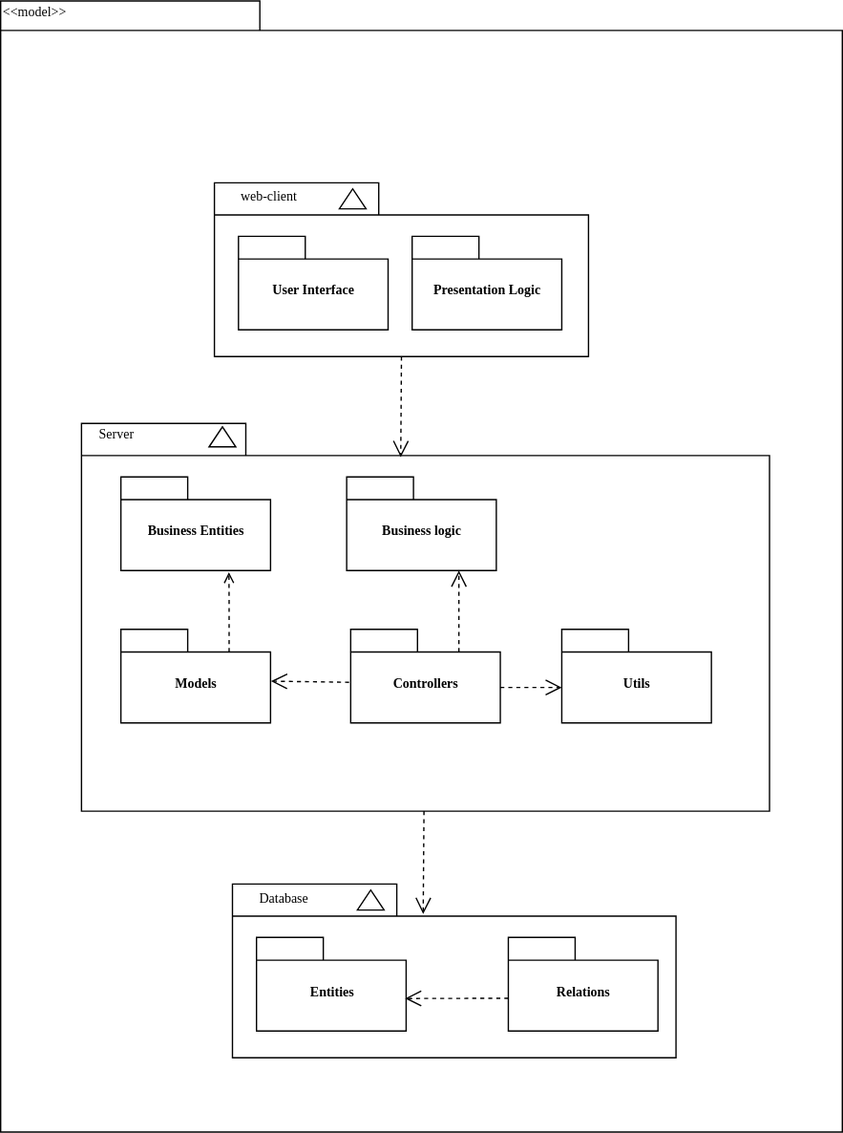
Before: assets/images/diagramaDePacotes.svg, a diagram exported from draw.io (UnBArqDsw2021-1/2021.1_G7_Mychine_docs). Source tidied: cells renumbered, new cells last; positions are measured from the earlier drawing's top-left corner, leaving out a move shared by most shapes.
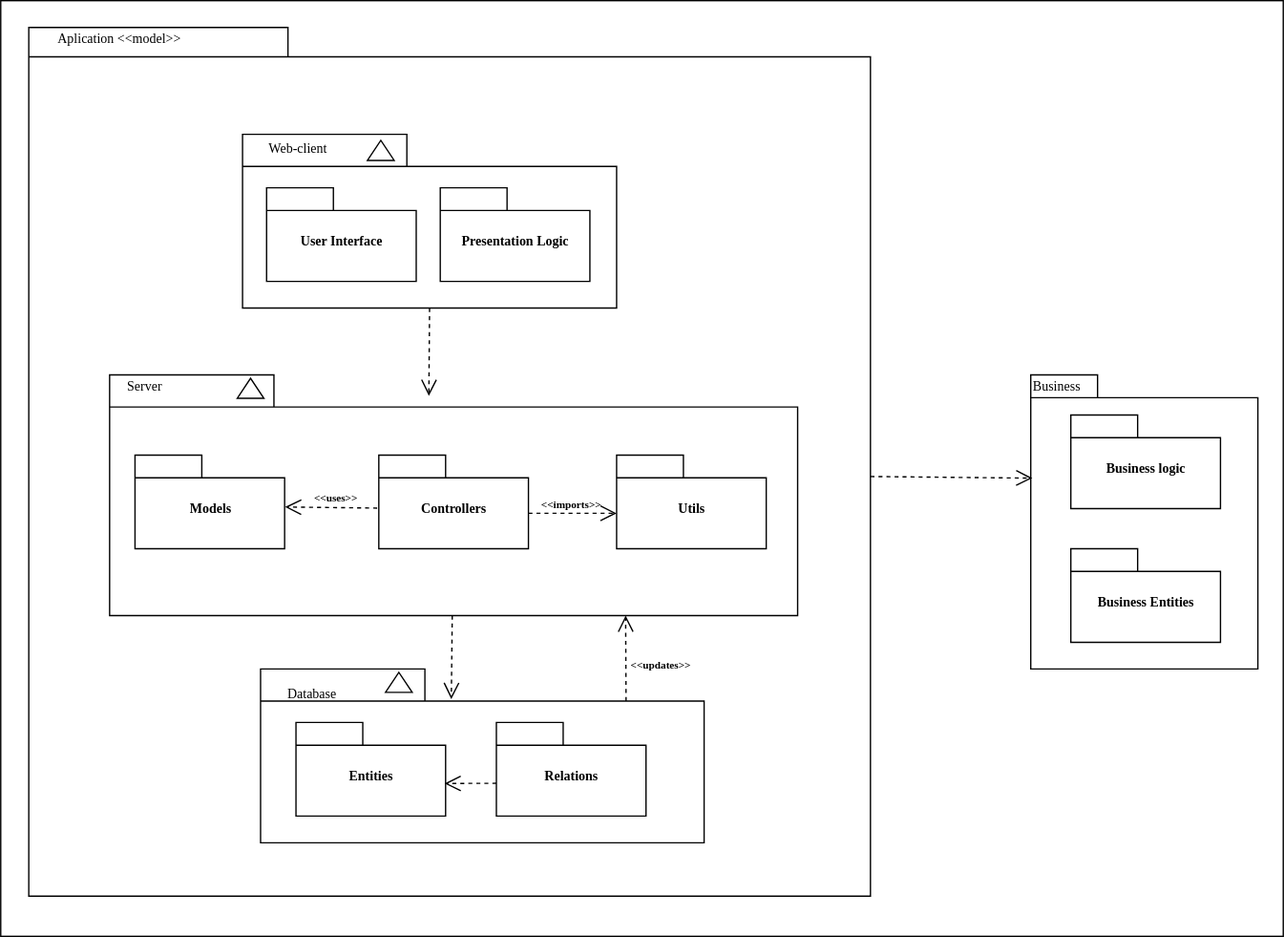
The same file after the commit.

Commit message:
Atualiza diagrama de pacotes.

The edit, as a diff of the source:
```diff
@@ -2,11 +2,14 @@
   <root>
     <mxCell id="0" />
     <mxCell id="1" parent="0" />
+    <mxCell id="30" style="whiteSpace=wrap;html=1;fontSize=8;" parent="1" vertex="1">
+      <mxGeometry x="-80" y="1056" width="960" height="700" as="geometry" />
+    </mxCell>
     <mxCell id="2" style="shape=folder;fontStyle=1;spacingTop=10;tabWidth=194;tabHeight=22;tabPosition=left;html=1;rounded=0;shadow=0;comic=0;labelBackgroundColor=none;strokeWidth=1;fillColor=none;fontFamily=Verdana;fontSize=10;align=center;" parent="1" vertex="1">
-      <mxGeometry width="630" height="846" as="geometry" />
+      <mxGeometry x="-59" y="1076" width="630" height="650" as="geometry" />
     </mxCell>
     <mxCell id="3" style="group;" parent="1" vertex="1">
-      <mxGeometry x="160" y="136" width="280" height="130" as="geometry" />
+      <mxGeometry x="101" y="1156" width="280" height="130" as="geometry" />
     </mxCell>
     <mxCell id="4" style="shape=folder;fontStyle=1;spacingTop=10;tabWidth=123;tabHeight=24;tabPosition=left;html=1;rounded=0;shadow=0;comic=0;labelBackgroundColor=none;strokeWidth=1;fontFamily=Verdana;fontSize=10;align=center;" parent="3" vertex="1">
       <mxGeometry width="280" height="130" as="geometry" />
@@ -20,56 +23,53 @@
     <mxCell id="7" value="Presentation Logic" style="shape=folder;fontStyle=1;spacingTop=10;tabWidth=50;tabHeight=17;tabPosition=left;html=1;rounded=0;shadow=0;comic=0;labelBackgroundColor=none;strokeWidth=1;fontFamily=Verdana;fontSize=10;align=center;" parent="3" vertex="1">
       <mxGeometry x="148" y="40" width="112" height="70" as="geometry" />
     </mxCell>
-    <mxCell id="8" value="web-client" style="text;html=1;align=left;verticalAlign=top;spacingTop=-4;fontSize=10;fontFamily=Verdana;" parent="3" vertex="1">
+    <mxCell id="8" value="Web-client" style="text;html=1;align=left;verticalAlign=top;spacingTop=-4;fontSize=10;fontFamily=Verdana;" parent="3" vertex="1">
       <mxGeometry x="18" y="2" width="50" height="20" as="geometry" />
     </mxCell>
     <mxCell id="9" style="edgeStyle=none;rounded=0;html=1;entryX=0.43;entryY=0.173;entryPerimeter=0;dashed=1;labelBackgroundColor=none;startFill=0;endArrow=open;endFill=0;endSize=10;fontFamily=Verdana;fontSize=10;" parent="1" edge="1" source="10" target="16">
       <mxGeometry relative="1" as="geometry" />
     </mxCell>
     <mxCell id="10" style="shape=folder;fontStyle=1;spacingTop=10;tabWidth=123;tabHeight=24;tabPosition=left;html=1;rounded=0;shadow=0;comic=0;labelBackgroundColor=none;strokeColor=#000000;strokeWidth=1;fillColor=#ffffff;fontFamily=Verdana;fontSize=10;fontColor=#000000;align=center;" parent="1" vertex="1">
-      <mxGeometry x="60.5" y="316" width="515" height="290" as="geometry" />
+      <mxGeometry x="1.5" y="1336" width="515" height="180" as="geometry" />
     </mxCell>
     <mxCell id="11" style="edgeStyle=none;rounded=0;html=1;dashed=1;labelBackgroundColor=none;startFill=0;endArrow=open;endFill=0;endSize=10;fontFamily=Verdana;fontSize=10;entryX=1.003;entryY=0.554;entryPerimeter=0;entryDx=0;entryDy=0;exitX=-0.011;exitY=0.566;exitDx=0;exitDy=0;exitPerimeter=0;" parent="1" edge="1" source="12" target="14">
       <mxGeometry relative="1" as="geometry" />
     </mxCell>
     <mxCell id="12" value="Controllers" style="shape=folder;fontStyle=1;spacingTop=10;tabWidth=50;tabHeight=17;tabPosition=left;html=1;rounded=0;shadow=0;comic=0;labelBackgroundColor=none;strokeColor=#000000;strokeWidth=1;fillColor=#ffffff;fontFamily=Verdana;fontSize=10;fontColor=#000000;align=center;" parent="1" vertex="1">
-      <mxGeometry x="262" y="470" width="112" height="70" as="geometry" />
+      <mxGeometry x="203" y="1396" width="112" height="70" as="geometry" />
     </mxCell>
-    <mxCell id="13" style="edgeStyle=orthogonalEdgeStyle;rounded=0;jettySize=auto;html=1;exitX=0;exitY=0;exitDx=81;exitDy=17;exitPerimeter=0;entryX=0.722;entryY=1.018;entryDx=0;entryDy=0;entryPerimeter=0;dashed=1;startArrow=none;startFill=0;endArrow=open;endFill=0;strokeWidth=1;" parent="1" edge="1" source="14" target="29">
-      <mxGeometry relative="1" as="geometry" />
-    </mxCell>
     <mxCell id="14" value="Models" style="shape=folder;fontStyle=1;spacingTop=10;tabWidth=50;tabHeight=17;tabPosition=left;html=1;rounded=0;shadow=0;comic=0;labelBackgroundColor=none;strokeColor=#000000;strokeWidth=1;fillColor=#ffffff;fontFamily=Verdana;fontSize=10;fontColor=#000000;align=center;" parent="1" vertex="1">
-      <mxGeometry x="90" y="470" width="112" height="70" as="geometry" />
+      <mxGeometry x="20.5" y="1396" width="112" height="70" as="geometry" />
     </mxCell>
     <mxCell id="15" value="Utils" style="shape=folder;fontStyle=1;spacingTop=10;tabWidth=50;tabHeight=17;tabPosition=left;html=1;rounded=0;shadow=0;comic=0;labelBackgroundColor=none;strokeColor=#000000;strokeWidth=1;fillColor=#ffffff;fontFamily=Verdana;fontSize=10;fontColor=#000000;align=center;" parent="1" vertex="1">
-      <mxGeometry x="420" y="470" width="112" height="70" as="geometry" />
+      <mxGeometry x="381" y="1396" width="112" height="70" as="geometry" />
     </mxCell>
     <mxCell id="16" style="shape=folder;fontStyle=1;spacingTop=10;tabWidth=123;tabHeight=24;tabPosition=left;html=1;rounded=0;shadow=0;comic=0;labelBackgroundColor=none;strokeWidth=1;fontFamily=Verdana;fontSize=10;align=center;" parent="1" vertex="1">
-      <mxGeometry x="173.5" y="660.5" width="332" height="130" as="geometry" />
+      <mxGeometry x="114.5" y="1556" width="332" height="130" as="geometry" />
     </mxCell>
     <mxCell id="17" style="triangle;whiteSpace=wrap;html=1;rounded=0;shadow=0;comic=0;labelBackgroundColor=none;strokeWidth=1;fontFamily=Verdana;fontSize=10;align=center;rotation=-90;" parent="1" vertex="1">
-      <mxGeometry x="269.5" y="662.5" width="15" height="20" as="geometry" />
+      <mxGeometry x="210.5" y="1556" width="15" height="20" as="geometry" />
     </mxCell>
     <mxCell id="18" value="Entities" style="shape=folder;fontStyle=1;spacingTop=10;tabWidth=50;tabHeight=17;tabPosition=left;html=1;rounded=0;shadow=0;comic=0;labelBackgroundColor=none;strokeWidth=1;fontFamily=Verdana;fontSize=10;align=center;" parent="1" vertex="1">
-      <mxGeometry x="191.5" y="700.5" width="112" height="70" as="geometry" />
+      <mxGeometry x="141" y="1596" width="112" height="70" as="geometry" />
     </mxCell>
     <mxCell id="19" value="Relations" style="shape=folder;fontStyle=1;spacingTop=10;tabWidth=50;tabHeight=17;tabPosition=left;html=1;rounded=0;shadow=0;comic=0;labelBackgroundColor=none;strokeWidth=1;fontFamily=Verdana;fontSize=10;align=center;" parent="1" vertex="1">
-      <mxGeometry x="380" y="700.5" width="112" height="70" as="geometry" />
+      <mxGeometry x="291" y="1596" width="112" height="70" as="geometry" />
     </mxCell>
     <mxCell id="20" style="triangle;whiteSpace=wrap;html=1;rounded=0;shadow=0;comic=0;labelBackgroundColor=none;strokeColor=#000000;strokeWidth=1;fillColor=#ffffff;fontFamily=Verdana;fontSize=10;fontColor=#000000;align=center;rotation=-90;" parent="1" vertex="1">
-      <mxGeometry x="158.5" y="316" width="15" height="20" as="geometry" />
+      <mxGeometry x="99.5" y="1336" width="15" height="20" as="geometry" />
     </mxCell>
     <mxCell id="21" style="rounded=0;html=1;dashed=1;labelBackgroundColor=none;startFill=0;endArrow=open;endFill=0;endSize=10;fontFamily=Verdana;fontSize=10;entryX=0.464;entryY=0.087;entryDx=0;entryDy=0;entryPerimeter=0;exitX=0.5;exitY=1;exitDx=0;exitDy=0;exitPerimeter=0;" parent="1" edge="1" source="4" target="10">
       <mxGeometry relative="1" as="geometry" />
     </mxCell>
-    <mxCell id="22" value="&amp;lt;&amp;lt;model&amp;gt;&amp;gt;" style="text;html=1;align=left;verticalAlign=top;spacingTop=-4;fontSize=10;fontFamily=Verdana;" parent="1" vertex="1">
-      <mxGeometry width="130" height="20" as="geometry" />
+    <mxCell id="22" value="Aplication &amp;lt;&amp;lt;model&amp;gt;&amp;gt;" style="text;html=1;align=left;verticalAlign=top;spacingTop=-4;fontSize=10;fontFamily=Verdana;" parent="1" vertex="1">
+      <mxGeometry x="-39" y="1076" width="130" height="20" as="geometry" />
     </mxCell>
     <mxCell id="23" value="Server" style="text;html=1;align=left;verticalAlign=top;spacingTop=-4;fontSize=10;fontFamily=Verdana;" parent="1" vertex="1">
-      <mxGeometry x="71.5" y="316" width="58.5" height="20" as="geometry" />
+      <mxGeometry x="12.5" y="1336" width="58.5" height="20" as="geometry" />
     </mxCell>
     <mxCell id="24" value="Database" style="text;html=1;align=left;verticalAlign=top;spacingTop=-4;fontSize=10;fontFamily=Verdana;" parent="1" vertex="1">
-      <mxGeometry x="191.5" y="662.5" width="46.5" height="20" as="geometry" />
+      <mxGeometry x="132.5" y="1566" width="46.5" height="20" as="geometry" />
     </mxCell>
     <mxCell id="25" style="edgeStyle=none;rounded=0;html=1;dashed=1;labelBackgroundColor=none;startFill=0;endArrow=open;endFill=0;endSize=10;fontFamily=Verdana;fontSize=10;entryX=0;entryY=0;entryPerimeter=0;entryDx=0;entryDy=43.5;exitX=0;exitY=0;exitDx=112;exitDy=43.5;exitPerimeter=0;" parent="1" edge="1" source="12" target="15">
       <mxGeometry relative="1" as="geometry" />
@@ -77,14 +77,32 @@
     <mxCell id="26" style="edgeStyle=none;rounded=0;html=1;dashed=1;labelBackgroundColor=none;startFill=0;endArrow=open;endFill=0;endSize=10;fontFamily=Verdana;fontSize=10;exitX=0;exitY=0.65;exitDx=0;exitDy=0;exitPerimeter=0;entryX=0.993;entryY=0.652;entryDx=0;entryDy=0;entryPerimeter=0;" parent="1" edge="1" source="19" target="18">
       <mxGeometry relative="1" as="geometry" />
     </mxCell>
+    <mxCell id="31" style="shape=folder;fontStyle=1;spacingTop=10;tabWidth=50;tabHeight=17;tabPosition=left;html=1;rounded=0;shadow=0;comic=0;labelBackgroundColor=none;strokeColor=#000000;strokeWidth=1;fillColor=#ffffff;fontFamily=Verdana;fontSize=10;fontColor=#000000;align=center;" parent="1" vertex="1">
+      <mxGeometry x="691" y="1336" width="170" height="220" as="geometry" />
+    </mxCell>
+    <mxCell id="29" value="Business Entities" style="shape=folder;fontStyle=1;spacingTop=10;tabWidth=50;tabHeight=17;tabPosition=left;html=1;rounded=0;shadow=0;comic=0;labelBackgroundColor=none;strokeColor=#000000;strokeWidth=1;fillColor=#ffffff;fontFamily=Verdana;fontSize=10;fontColor=#000000;align=center;" parent="1" vertex="1">
+      <mxGeometry x="721" y="1466" width="112" height="70" as="geometry" />
+    </mxCell>
     <mxCell id="27" value="Business logic" style="shape=folder;fontStyle=1;spacingTop=10;tabWidth=50;tabHeight=17;tabPosition=left;html=1;rounded=0;shadow=0;comic=0;labelBackgroundColor=none;strokeColor=#000000;strokeWidth=1;fillColor=#ffffff;fontFamily=Verdana;fontSize=10;fontColor=#000000;align=center;" parent="1" vertex="1">
-      <mxGeometry x="259" y="356" width="112" height="70" as="geometry" />
+      <mxGeometry x="721" y="1366" width="112" height="70" as="geometry" />
     </mxCell>
-    <mxCell id="28" style="edgeStyle=none;rounded=0;html=1;dashed=1;labelBackgroundColor=none;startFill=0;endArrow=open;endFill=0;endSize=10;fontFamily=Verdana;fontSize=10;entryX=0.75;entryY=1;entryPerimeter=0;entryDx=0;entryDy=0;exitX=0;exitY=0;exitDx=81;exitDy=17;exitPerimeter=0;" parent="1" edge="1" source="12" target="27">
-      <mxGeometry relative="1" as="geometry" />
-    </mxCell>
-    <mxCell id="29" value="Business Entities" style="shape=folder;fontStyle=1;spacingTop=10;tabWidth=50;tabHeight=17;tabPosition=left;html=1;rounded=0;shadow=0;comic=0;labelBackgroundColor=none;strokeColor=#000000;strokeWidth=1;fillColor=#ffffff;fontFamily=Verdana;fontSize=10;fontColor=#000000;align=center;" parent="1" vertex="1">
-      <mxGeometry x="90" y="356" width="112" height="70" as="geometry" />
-    </mxCell>
+    <mxCell id="32" style="rounded=0;html=1;dashed=1;labelBackgroundColor=none;startFill=0;endArrow=open;endFill=0;endSize=10;fontFamily=Verdana;fontSize=10;entryX=0.007;entryY=0.351;entryDx=0;entryDy=0;entryPerimeter=0;exitX=0;exitY=0;exitDx=630;exitDy=336;exitPerimeter=0;" parent="1" edge="1" source="2" target="31">
+      <mxGeometry relative="1" as="geometry" />
+    </mxCell>
+    <mxCell id="33" value="&lt;span style=&quot;text-align: center;&quot;&gt;Business&lt;/span&gt;" style="text;html=1;align=left;verticalAlign=top;spacingTop=-4;fontSize=10;fontFamily=Verdana;fontStyle=0;" parent="1" vertex="1">
+      <mxGeometry x="691" y="1336" width="50" height="20" as="geometry" />
+    </mxCell>
+    <mxCell id="34" style="edgeStyle=none;rounded=0;html=1;entryX=0.75;entryY=1;entryPerimeter=0;dashed=1;labelBackgroundColor=none;startFill=0;endArrow=open;endFill=0;endSize=10;fontFamily=Verdana;fontSize=10;entryDx=0;entryDy=0;exitX=0.824;exitY=0.184;exitDx=0;exitDy=0;exitPerimeter=0;" parent="1" edge="1" source="16" target="10">
+      <mxGeometry relative="1" as="geometry" />
+    </mxCell>
+    <mxCell id="35" value="&amp;nbsp;&amp;lt;&amp;lt;imports&amp;gt;&amp;gt;" style="text;html=1;align=left;verticalAlign=top;spacingTop=-4;fontSize=8;fontFamily=Verdana;fontStyle=1;" parent="1" vertex="1">
+      <mxGeometry x="321" y="1426" width="60" height="10" as="geometry" />
+    </mxCell>
+    <mxCell id="36" value="&amp;nbsp;&amp;lt;&amp;lt;uses&amp;gt;&amp;gt;" style="text;html=1;align=left;verticalAlign=top;spacingTop=-4;fontSize=8;fontFamily=Verdana;fontStyle=1;" parent="1" vertex="1">
+      <mxGeometry x="151" y="1421" width="40" height="10" as="geometry" />
+    </mxCell>
+    <mxCell id="37" value="&amp;nbsp;&amp;lt;&amp;lt;updates&amp;gt;&amp;gt;" style="text;html=1;align=left;verticalAlign=top;spacingTop=-4;fontSize=8;fontFamily=Verdana;fontStyle=1;" parent="1" vertex="1">
+      <mxGeometry x="388" y="1546" width="60" height="10" as="geometry" />
+    </mxCell>
   </root>
 </mxGraphModel>
```
